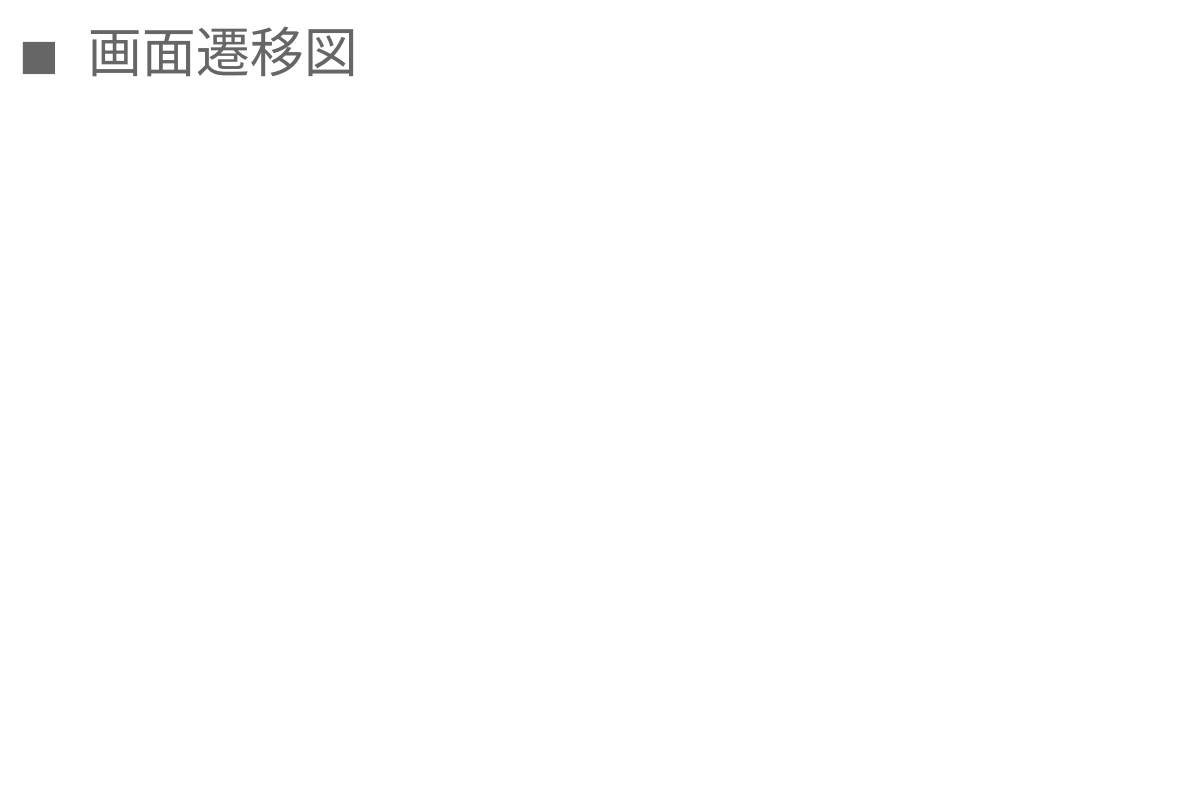
Above: page "画面遷移図" (16 of 17) of 画面設計_苦手問題克服.drawio in mitsuewatanabe/practice (draw.io), before the change. Source tidied: cells renumbered, new cells numbered last; positions are measured from the earlier drawing's top-left corner, leaving out a move shared by most shapes. Both pictures are drawn from the tidied source at 120%, with x=0, y=0 at pixel (20, 35).
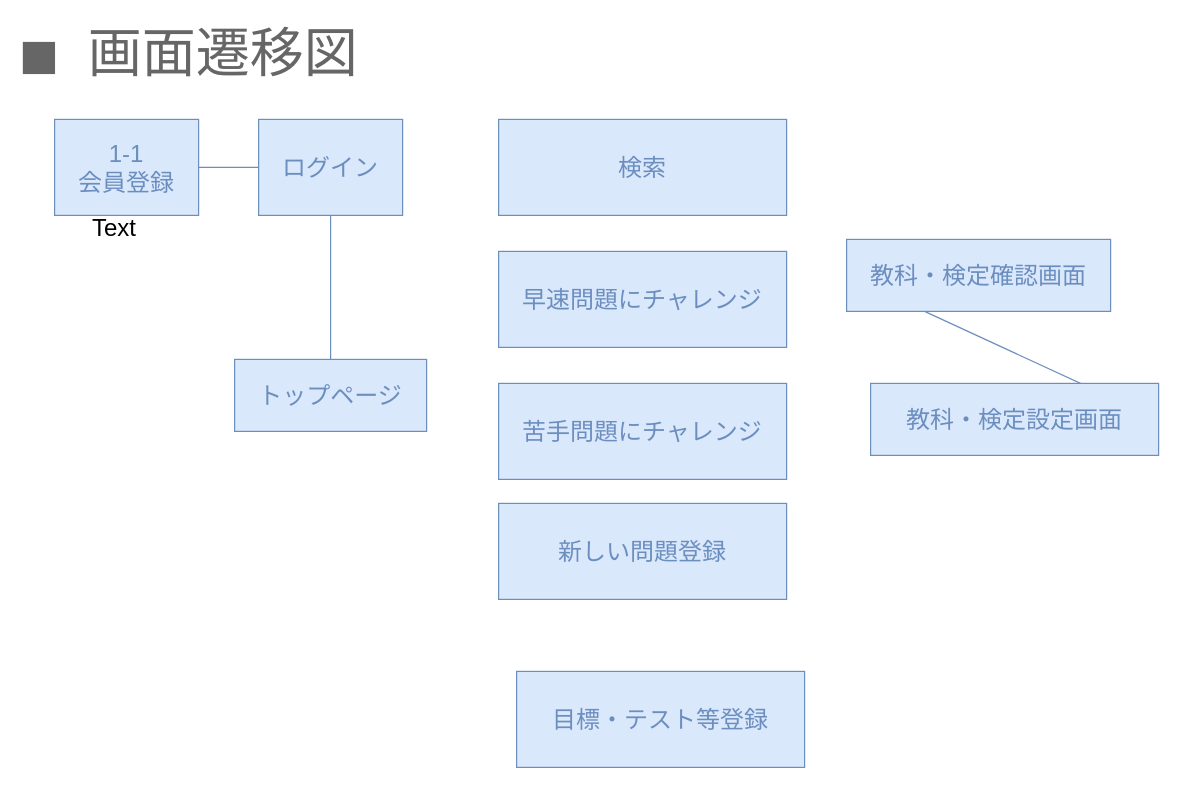
Above is the later version.

Diff of the diagram source:
```diff
@@
 <mxGraphModel>
   <root>
     <mxCell id="0" />
     <mxCell id="1" parent="0" />
     <mxCell id="2" value="&lt;font face=&quot;Lucida Console&quot; style=&quot;font-size: 45px&quot;&gt;■ 画面遷移図&lt;/font&gt;" style="text;html=1;align=left;verticalAlign=middle;fillColor=none;strokeColor=none;rounded=0;fontColor=#666666;" parent="1" vertex="1">
       <mxGeometry width="290" height="30" as="geometry" />
     </mxCell>
+    <mxCell id="3" value="Text" style="text;html=1;strokeColor=none;fillColor=none;align=center;verticalAlign=middle;whiteSpace=wrap;rounded=0;fontSize=20;" parent="1" vertex="1">
+      <mxGeometry x="58" y="150" width="40" height="20" as="geometry" />
+    </mxCell>
+    <mxCell id="4" style="rounded=0;jettySize=auto;html=1;exitX=1;exitY=0.5;exitDx=0;exitDy=0;fontSize=20;strokeWidth=1;endArrow=none;endFill=0;fillColor=#dae8fc;strokeColor=#6c8ebf;entryX=0;entryY=0.5;entryDx=0;entryDy=0;" parent="1" edge="1" source="5" target="6">
+      <mxGeometry relative="1" as="geometry" />
+    </mxCell>
+    <mxCell id="5" value="&lt;font color=&quot;#6c8ebf&quot;&gt;1-1&lt;br&gt;&lt;/font&gt;&lt;font color=&quot;#6c8ebf&quot;&gt;会員登録&lt;/font&gt;" style="rounded=0;whiteSpace=wrap;html=1;fontSize=20;fillColor=#dae8fc;strokeColor=#6c8ebf;align=center;" parent="1" vertex="1">
+      <mxGeometry x="28" y="70" width="120" height="80" as="geometry" />
+    </mxCell>
+    <mxCell id="6" value="&lt;font color=&quot;#6c8ebf&quot;&gt;ログイン&lt;/font&gt;" style="rounded=0;whiteSpace=wrap;html=1;fontSize=20;fillColor=#dae8fc;strokeColor=#6c8ebf;" parent="1" vertex="1">
+      <mxGeometry x="198" y="70" width="120" height="80" as="geometry" />
+    </mxCell>
+    <mxCell id="7" value="&lt;font color=&quot;#6c8ebf&quot;&gt;トップページ&lt;/font&gt;" style="rounded=0;whiteSpace=wrap;html=1;fontSize=20;fillColor=#dae8fc;strokeColor=#6c8ebf;" parent="1" vertex="1">
+      <mxGeometry x="178" y="270" width="160" height="60" as="geometry" />
+    </mxCell>
+    <mxCell id="8" style="rounded=0;jettySize=auto;html=1;exitX=0.5;exitY=0;exitDx=0;exitDy=0;fontSize=20;strokeWidth=1;endArrow=none;endFill=0;fillColor=#dae8fc;strokeColor=#6c8ebf;entryX=0.5;entryY=1;entryDx=0;entryDy=0;" parent="1" edge="1" source="7" target="6">
+      <mxGeometry relative="1" as="geometry" />
+    </mxCell>
+    <mxCell id="9" value="&lt;font color=&quot;#6c8ebf&quot;&gt;目標・テスト等登録&lt;/font&gt;" style="rounded=0;whiteSpace=wrap;html=1;fontSize=20;fillColor=#dae8fc;strokeColor=#6c8ebf;" parent="1" vertex="1">
+      <mxGeometry x="413" y="530" width="240" height="80" as="geometry" />
+    </mxCell>
+    <mxCell id="10" value="&lt;font color=&quot;#6c8ebf&quot;&gt;苦手問題にチャレンジ&lt;/font&gt;" style="rounded=0;whiteSpace=wrap;html=1;fontSize=20;fillColor=#dae8fc;strokeColor=#6c8ebf;" parent="1" vertex="1">
+      <mxGeometry x="398" y="290" width="240" height="80" as="geometry" />
+    </mxCell>
+    <mxCell id="11" style="edgeStyle=none;rounded=0;jettySize=auto;html=1;exitX=1;exitY=0.5;exitDx=0;exitDy=0;entryX=0;entryY=0.5;entryDx=0;entryDy=0;fontSize=20;endArrow=none;endFill=0;strokeWidth=1;fontColor=#6C8EBF;strokeColor=#6C8EBF;" parent="1" edge="1" source="12" target="13">
+      <mxGeometry relative="1" as="geometry" />
+    </mxCell>
+    <mxCell id="12" value="&lt;font color=&quot;#6c8ebf&quot;&gt;教科・検定設定画面&lt;/font&gt;" style="rounded=0;whiteSpace=wrap;html=1;fontSize=20;fillColor=#dae8fc;strokeColor=#6c8ebf;" parent="1" vertex="1">
+      <mxGeometry x="708" y="290" width="240" height="60" as="geometry" />
+    </mxCell>
+    <mxCell id="13" value="&lt;span style=&quot;color: rgb(108 , 142 , 191)&quot;&gt;教科・検定&lt;/span&gt;&lt;font color=&quot;#6c8ebf&quot;&gt;確認画面&lt;/font&gt;" style="rounded=0;whiteSpace=wrap;html=1;fontSize=20;fillColor=#dae8fc;strokeColor=#6c8ebf;" parent="1" vertex="1">
+      <mxGeometry x="688" y="170" width="220" height="60" as="geometry" />
+    </mxCell>
+    <mxCell id="14" value="&lt;font color=&quot;#6c8ebf&quot;&gt;早速問題にチャレンジ&lt;/font&gt;" style="rounded=0;whiteSpace=wrap;html=1;fontSize=20;fillColor=#dae8fc;strokeColor=#6c8ebf;" parent="1" vertex="1">
+      <mxGeometry x="398" y="180" width="240" height="80" as="geometry" />
+    </mxCell>
+    <mxCell id="15" value="&lt;font color=&quot;#6c8ebf&quot;&gt;検索&lt;/font&gt;" style="rounded=0;whiteSpace=wrap;html=1;fontSize=20;fillColor=#dae8fc;strokeColor=#6c8ebf;" parent="1" vertex="1">
+      <mxGeometry x="398" y="70" width="240" height="80" as="geometry" />
+    </mxCell>
+    <mxCell id="16" value="&lt;font color=&quot;#6c8ebf&quot;&gt;新しい問題登録&lt;br&gt;&lt;/font&gt;" style="rounded=0;whiteSpace=wrap;html=1;fontSize=20;fillColor=#dae8fc;strokeColor=#6c8ebf;" parent="1" vertex="1">
+      <mxGeometry x="398" y="390" width="240" height="80" as="geometry" />
+    </mxCell>
   </root>
 </mxGraphModel>
```
